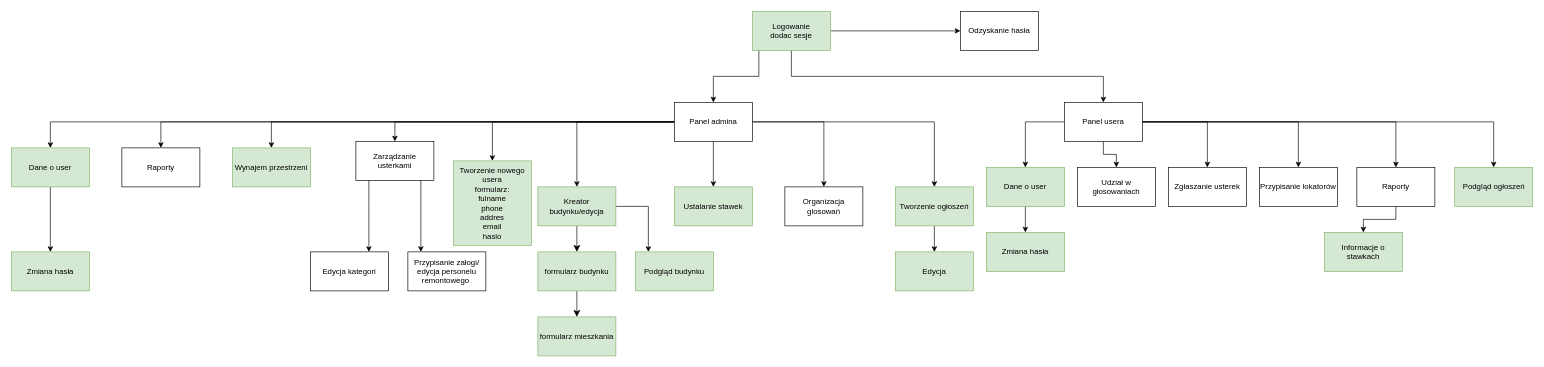
Above: doc/site_flow.drawio in Mati-IR/my-neighborhood (draw.io), before the change. Source tidied: cells renumbered, new cells numbered last; positions are measured from the earlier drawing's top-left corner, leaving out a move shared by most shapes. Both pictures are drawn from the tidied source at 65%, with x=0, y=0 at pixel (11, 11).
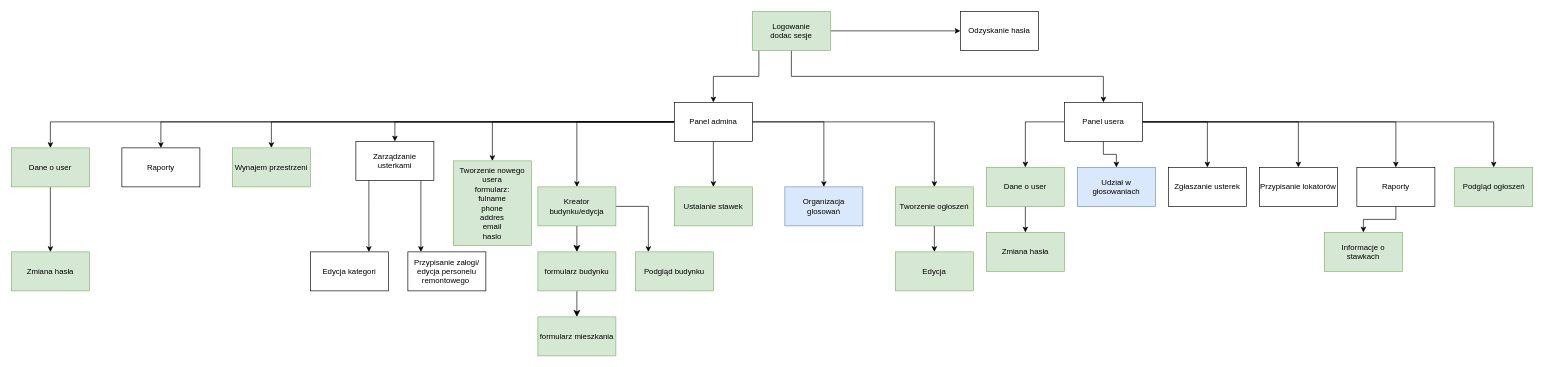
After the change.

Change to the diagram source:
```diff
@@
-    <mxCell id="30" value="Organizacja glosowań" style="rounded=0;whiteSpace=wrap;html=1;" parent="1" vertex="1">
+    <mxCell id="30" value="Organizacja glosowań" style="rounded=0;whiteSpace=wrap;html=1;fillColor=#dae8fc;strokeColor=#6c8ebf;" parent="1" vertex="1">
       <mxGeometry x="1190" y="270" width="120" height="60" as="geometry" />
     </mxCell>
@@
-    <mxCell id="41" value="Udział w głosowaniach" style="rounded=0;whiteSpace=wrap;html=1;" parent="1" vertex="1">
+    <mxCell id="41" value="Udział w głosowaniach" style="rounded=0;whiteSpace=wrap;html=1;fillColor=#dae8fc;strokeColor=#6c8ebf;" parent="1" vertex="1">
       <mxGeometry x="1640" y="240" width="120" height="60" as="geometry" />
     </mxCell>
```
